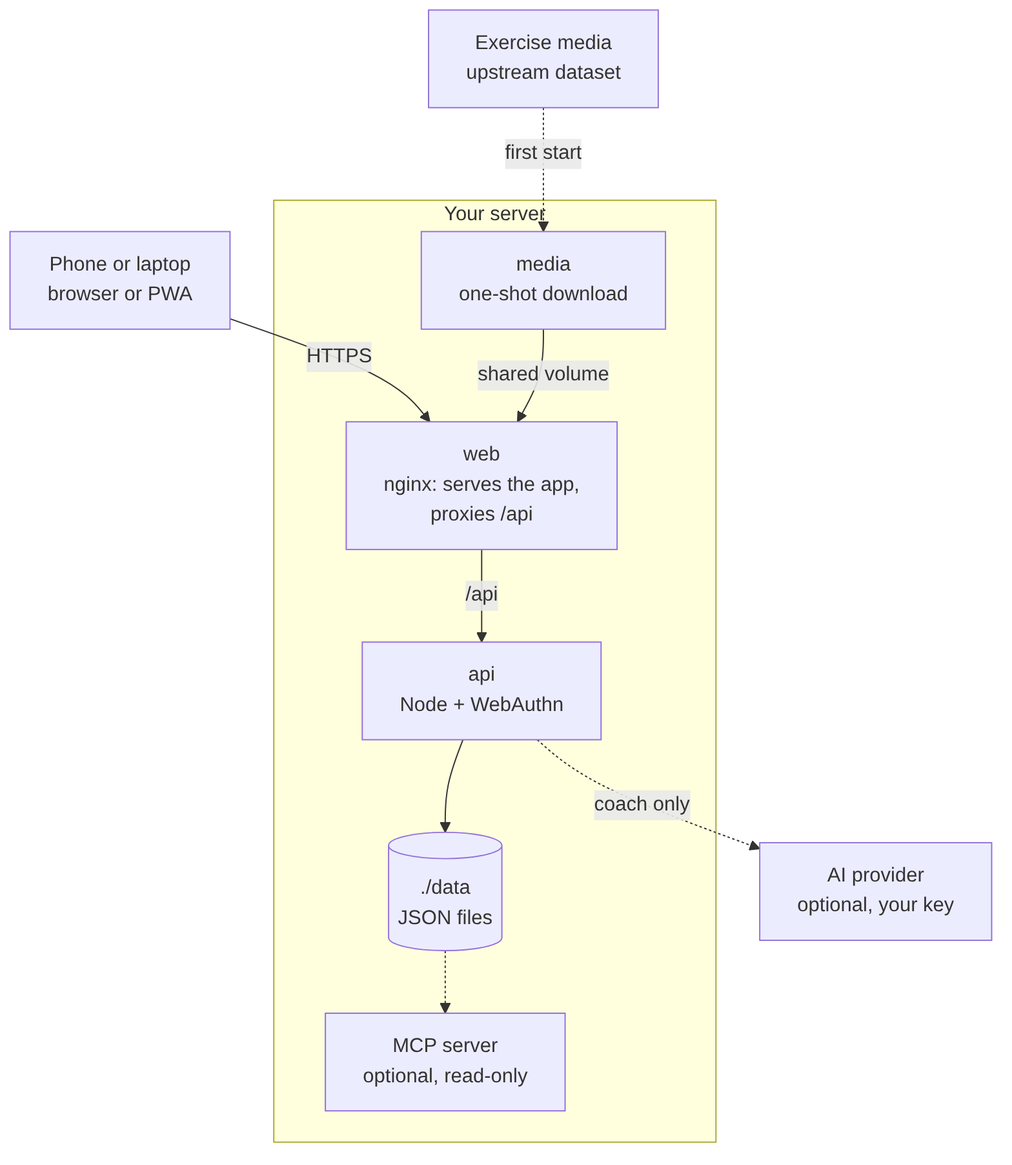
The Mermaid diagram docs/diagrams/architecture.png in NgocTriTruong/openGym, before a commit. Its source is kept beside it as docs/diagrams/architecture.mmd.
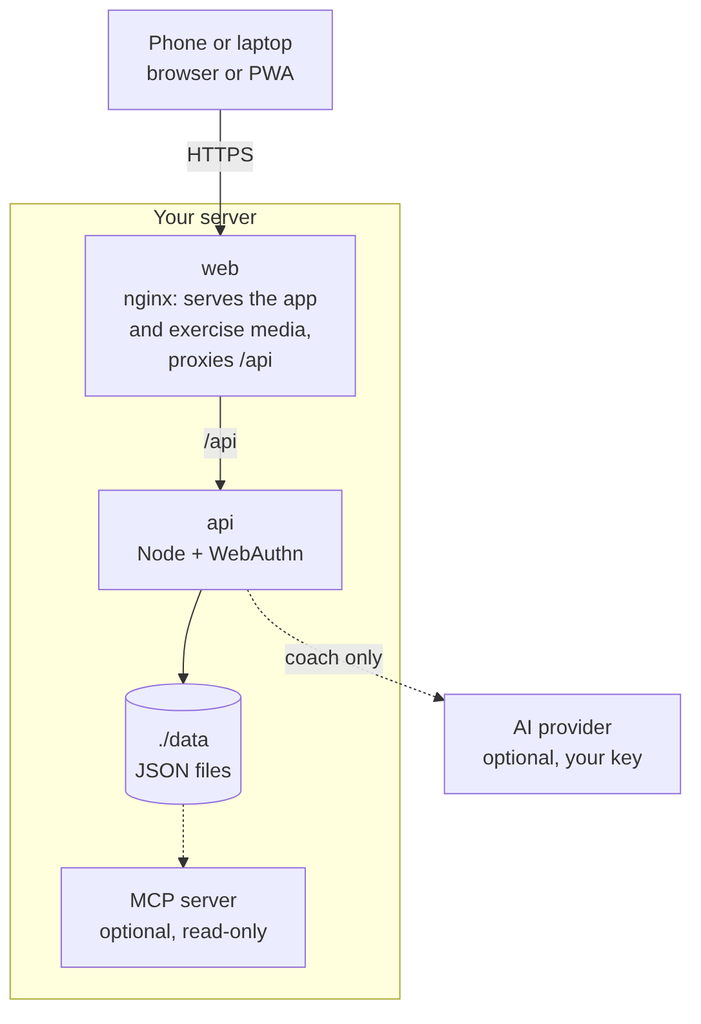
The same diagram one commit later.

Diff of the diagram source:
```diff
@@ -3,19 +3,15 @@
 
     subgraph host["Your server"]
         direction TB
-        media["media<br/>one-shot download"]
-        web["web<br/>nginx: serves the app,<br/>proxies /api"]
+        web["web<br/>nginx: serves the app<br/>and exercise media,<br/>proxies /api"]
         api["api<br/>Node + WebAuthn"]
         data[("./data<br/>JSON files")]
         mcp["MCP server<br/>optional, read-only"]
     end
 
-    upstream["Exercise media<br/>upstream dataset"]
     ai["AI provider<br/>optional, your key"]
 
     phone -- HTTPS --> web
-    upstream -. first start .-> media
-    media -- shared volume --> web
     web -- /api --> api
     api --> data
     data -.-> mcp
```
